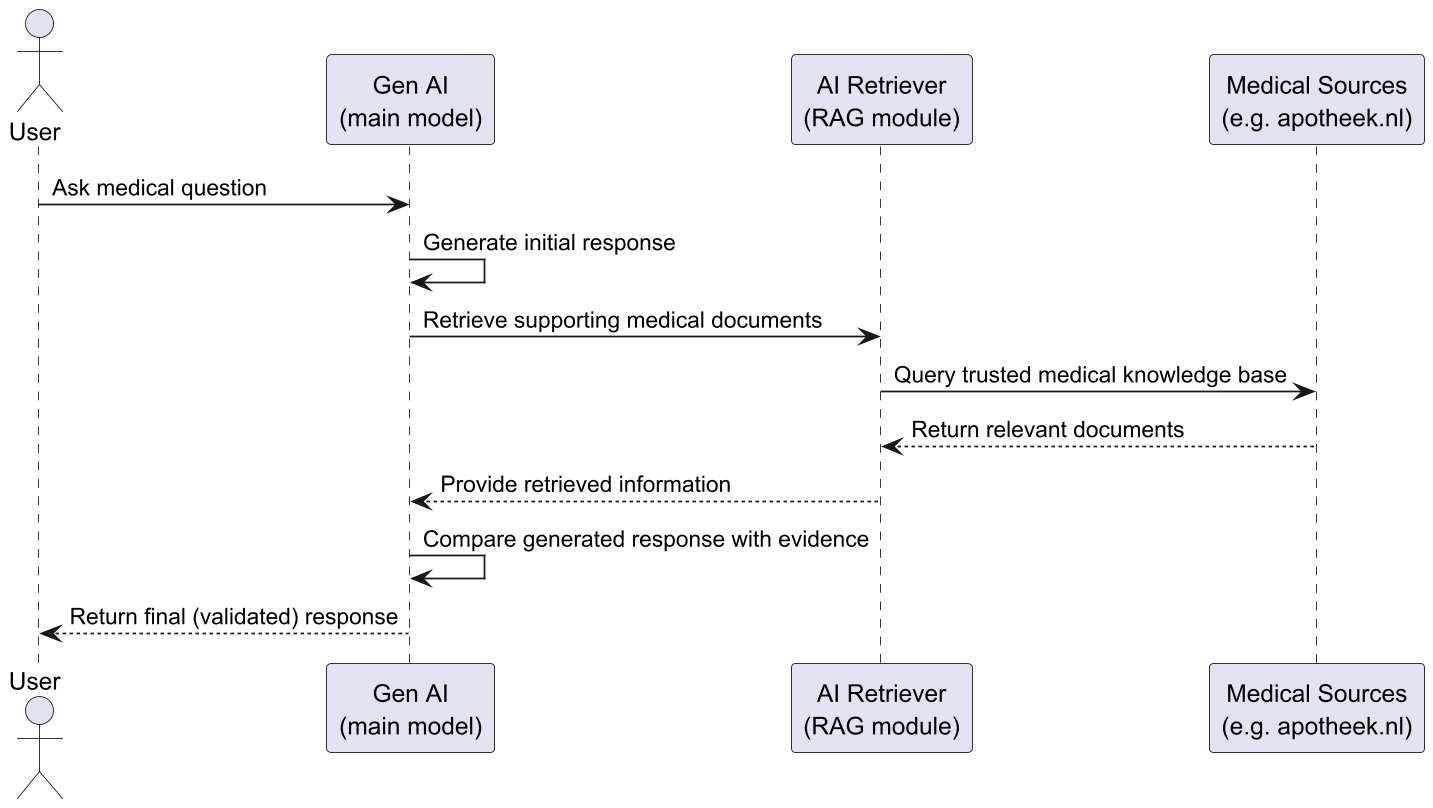
Earlier version of the PlantUML export report/figures/RAGSetupSequenceDiagram.png (abroer/IM1312). Its source is kept beside it as report/figures/RAGSetupSequenceDiagram.puml. Source of this version:
```plantuml
@startuml
actor User
participant "Gen AI\n(main model)" as GenAI
participant "AI Retriever\n(RAG module)" as RAG
participant "Medical Sources\n(e.g. apotheek.nl)" as Sources

User -> GenAI : Ask medical question
GenAI -> GenAI : Generate initial response
GenAI -> RAG : Retrieve supporting medical documents
RAG -> Sources : Query trusted medical knowledge base
Sources --> RAG : Return relevant documents
RAG --> GenAI : Provide retrieved information
GenAI -> GenAI : Compare generated response with evidence
GenAI --> User : Return final (validated) response
@enduml
```
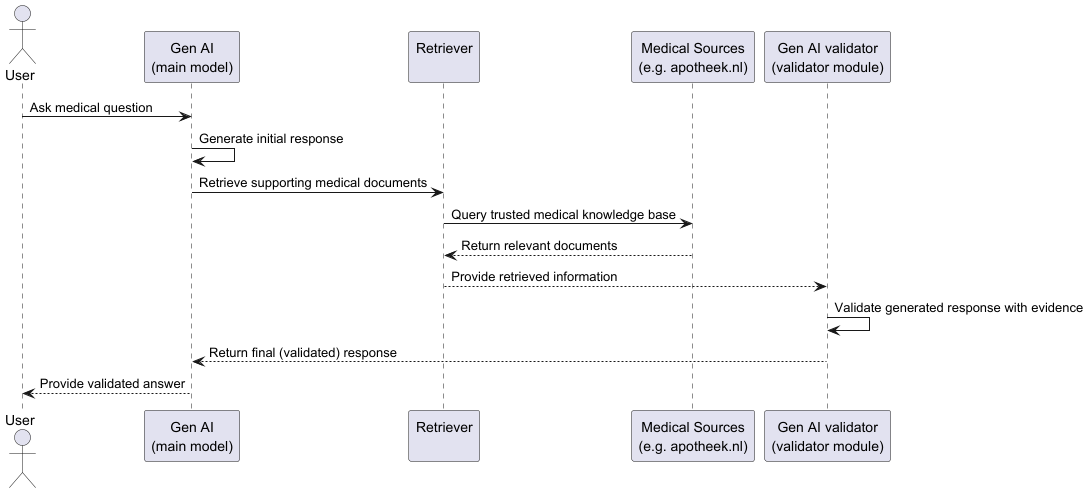
Above is the later version.

The edit, as a diff of the source:
```diff
@@ -1,15 +1,17 @@
 @startuml
 actor User
 participant "Gen AI\n(main model)" as GenAI
-participant "AI Retriever\n(RAG module)" as RAG
+participant "Retriever\n" as RAG
 participant "Medical Sources\n(e.g. apotheek.nl)" as Sources
+participant "Gen AI validator\n(validator module)" as RAG_AI
 
 User -> GenAI : Ask medical question
 GenAI -> GenAI : Generate initial response
 GenAI -> RAG : Retrieve supporting medical documents
 RAG -> Sources : Query trusted medical knowledge base
 Sources --> RAG : Return relevant documents
-RAG --> GenAI : Provide retrieved information
-GenAI -> GenAI : Compare generated response with evidence
-GenAI --> User : Return final (validated) response
+RAG --> RAG_AI : Provide retrieved information
+RAG_AI -> RAG_AI : Validate generated response with evidence
+RAG_AI --> GenAI : Return final (validated) response
+GenAI --> User : Provide validated answer
 @enduml
```
